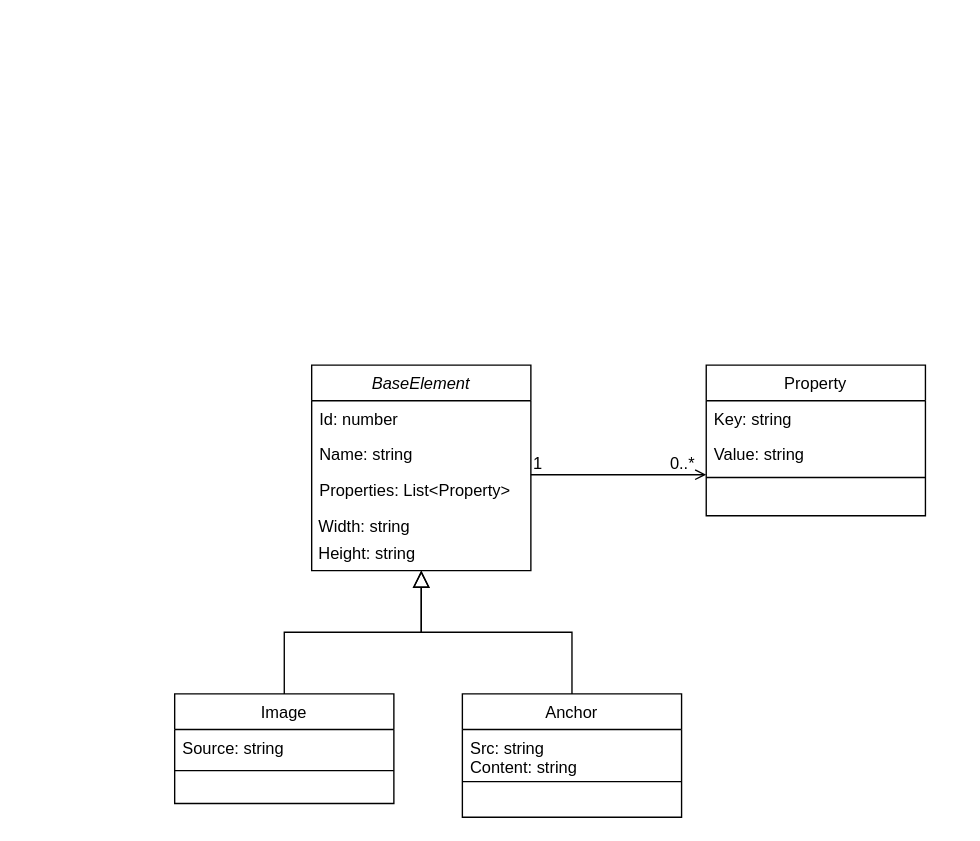
This is meta-model.drawio from dmiAnd/Common, a draw.io file, before an edit. Source tidied: cells renumbered, new cells numbered last; positions are measured from the earlier drawing's top-left corner, leaving out a move shared by most shapes. Both pictures are drawn from the tidied source at 137%, with x=0, y=0 at pixel (174, 364).
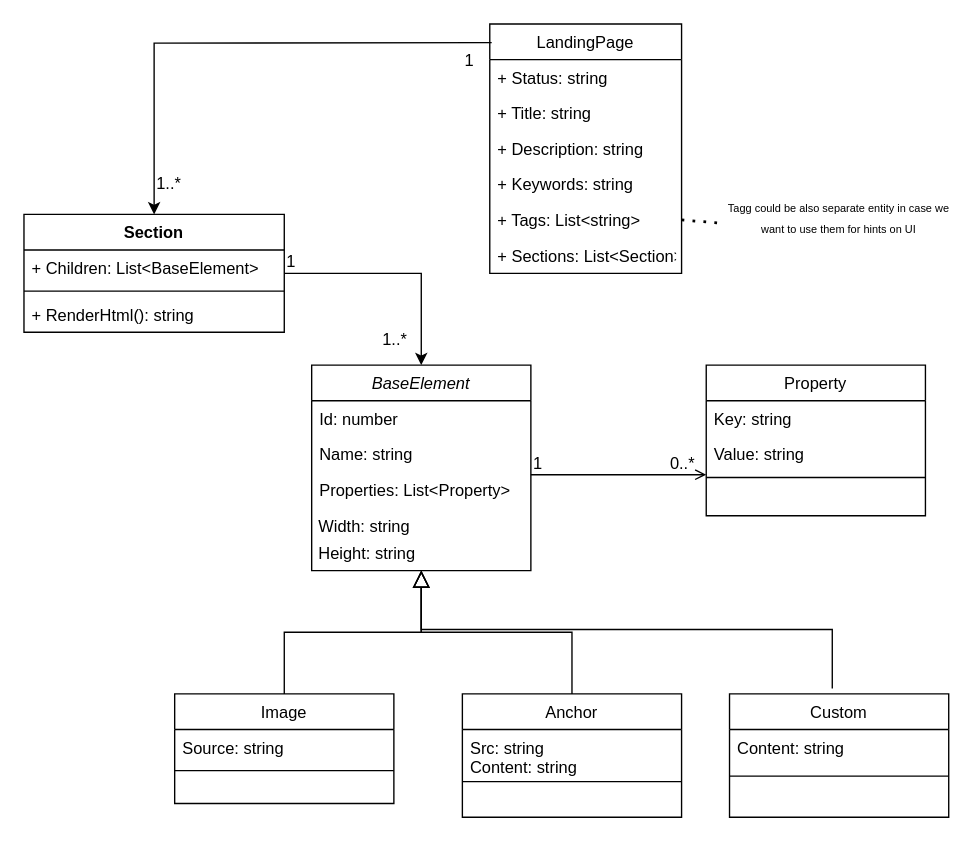
The same diagram, later.

Unchanged cells that the change refers to:
```xml
<mxCell id="2" value="BaseElement" style="swimlane;fontStyle=2;align=center;verticalAlign=top;horizontal=1;startSize=26;rounded=0;shadow=0;strokeWidth=1;" parent="1" vertex="1">
  <mxGeometry x="100" width="160" height="150" as="geometry" />
</mxCell>
```

The edit, as a diff of the source:
```diff
@@
+    <mxCell id="23" style="edgeStyle=orthogonalEdgeStyle;rounded=0;jettySize=auto;html=1;entryX=0.5;entryY=0;entryDx=0;entryDy=0;" parent="1" edge="1" source="24" target="2">
+      <mxGeometry relative="1" as="geometry" />
+    </mxCell>
+    <mxCell id="24" value="Section" style="swimlane;fontStyle=1;align=center;verticalAlign=top;horizontal=1;startSize=26;" parent="1" vertex="1">
+      <mxGeometry x="-110" y="-110" width="190" height="86" as="geometry" />
+    </mxCell>
+    <mxCell id="25" value="+ Children: List&lt;BaseElement&gt;" style="text;strokeColor=none;fillColor=none;align=left;verticalAlign=top;spacingLeft=4;spacingRight=4;overflow=hidden;" parent="24" vertex="1">
+      <mxGeometry y="26" width="190" height="26" as="geometry" />
+    </mxCell>
+    <mxCell id="26" style="line;strokeWidth=1;fillColor=none;align=left;verticalAlign=middle;spacingTop=-1;spacingLeft=3;spacingRight=3;labelPosition=right;" parent="24" vertex="1">
+      <mxGeometry y="52" width="190" height="8" as="geometry" />
+    </mxCell>
+    <mxCell id="27" value="+ RenderHtml(): string" style="text;strokeColor=none;fillColor=none;align=left;verticalAlign=top;spacingLeft=4;spacingRight=4;overflow=hidden;" parent="24" vertex="1">
+      <mxGeometry y="60" width="190" height="26" as="geometry" />
+    </mxCell>
+    <mxCell id="28" value="1" style="align=left;verticalAlign=bottom;labelBackgroundColor=none;fontSize=12;direction=west;" parent="1" vertex="1">
+      <mxGeometry x="80" y="-67" as="geometry" />
+    </mxCell>
+    <mxCell id="29" value="1..*" style="align=left;verticalAlign=bottom;labelBackgroundColor=none;fontSize=12;" parent="1" vertex="1">
+      <mxGeometry x="150" y="-10" as="geometry" />
+    </mxCell>
+    <mxCell id="30" value="LandingPage" style="swimlane;fontStyle=0;horizontal=1;startSize=26;fillColor=none;" parent="1" vertex="1">
+      <mxGeometry x="230" y="-249" width="140" height="182" as="geometry" />
+    </mxCell>
+    <mxCell id="31" value="+ Status: string" style="text;strokeColor=none;fillColor=none;align=left;verticalAlign=top;spacingLeft=4;spacingRight=4;overflow=hidden;" parent="30" vertex="1">
+      <mxGeometry y="26" width="140" height="26" as="geometry" />
+    </mxCell>
+    <mxCell id="32" value="+ Title: string" style="text;strokeColor=none;fillColor=none;align=left;verticalAlign=top;spacingLeft=4;spacingRight=4;overflow=hidden;" parent="30" vertex="1">
+      <mxGeometry y="52" width="140" height="26" as="geometry" />
+    </mxCell>
+    <mxCell id="33" value="+ Description: string" style="text;strokeColor=none;fillColor=none;align=left;verticalAlign=top;spacingLeft=4;spacingRight=4;overflow=hidden;" parent="30" vertex="1">
+      <mxGeometry y="78" width="140" height="26" as="geometry" />
+    </mxCell>
+    <mxCell id="34" value="+ Keywords: string" style="text;strokeColor=none;fillColor=none;align=left;verticalAlign=top;spacingLeft=4;spacingRight=4;overflow=hidden;" parent="30" vertex="1">
+      <mxGeometry y="104" width="140" height="26" as="geometry" />
+    </mxCell>
+    <mxCell id="35" value="+ Tags: List&lt;string&gt;" style="text;strokeColor=none;fillColor=none;align=left;verticalAlign=top;spacingLeft=4;spacingRight=4;overflow=hidden;points=[[0,0.5],[1,0.5]];portConstraint=eastwest;" parent="30" vertex="1">
+      <mxGeometry y="130" width="140" height="26" as="geometry" />
+    </mxCell>
+    <mxCell id="36" value="+ Sections: List&lt;Section&gt;" style="text;strokeColor=none;fillColor=none;align=left;verticalAlign=top;spacingLeft=4;spacingRight=4;overflow=hidden;" parent="30" vertex="1">
+      <mxGeometry y="156" width="140" height="26" as="geometry" />
+    </mxCell>
+    <mxCell id="37" value="&lt;font style=&quot;font-size: 8px&quot;&gt;Tagg could be also separate entity in case we want to use them for hints on UI&lt;/font&gt;" style="text;html=1;strokeColor=none;fillColor=none;align=center;verticalAlign=middle;whiteSpace=wrap;rounded=0;" parent="1" vertex="1">
+      <mxGeometry x="400" y="-123" width="170" height="30" as="geometry" />
+    </mxCell>
+    <mxCell id="38" style="endArrow=none;dashed=1;html=1;dashPattern=1 3;strokeWidth=2;rounded=0;fontSize=8;entryX=-0.001;entryY=0.651;entryDx=0;entryDy=0;entryPerimeter=0;exitX=1;exitY=0.5;exitDx=0;exitDy=0;" parent="1" edge="1" source="35" target="37">
+      <mxGeometry relative="1" as="geometry" />
+    </mxCell>
+    <mxCell id="39" style="endArrow=classic;html=1;rounded=0;fontSize=8;exitX=0.01;exitY=0.075;exitDx=0;exitDy=0;exitPerimeter=0;entryX=0.5;entryY=0;entryDx=0;entryDy=0;" parent="1" edge="1" source="30" target="24">
+      <mxGeometry relative="1" as="geometry">
+        <Array as="points">
+          <mxPoint x="-15" y="-235" />
+        </Array>
+      </mxGeometry>
+    </mxCell>
+    <mxCell id="40" value="1" style="align=left;verticalAlign=bottom;labelBackgroundColor=none;fontSize=12;direction=west;" parent="1" vertex="1">
+      <mxGeometry x="210" y="-214" as="geometry" />
+    </mxCell>
+    <mxCell id="41" value="1..*" style="align=left;verticalAlign=bottom;labelBackgroundColor=none;fontSize=12;direction=west;" parent="1" vertex="1">
+      <mxGeometry x="-15" y="-124" as="geometry" />
+    </mxCell>
+    <mxCell id="42" value="Custom" style="swimlane;fontStyle=0;align=center;verticalAlign=top;horizontal=1;startSize=26;rounded=0;shadow=0;strokeWidth=1;" parent="1" vertex="1">
+      <mxGeometry x="405" y="240" width="160" height="90" as="geometry" />
+    </mxCell>
+    <mxCell id="43" value="Content: string" style="text;align=left;verticalAlign=top;spacingLeft=4;spacingRight=4;overflow=hidden;" parent="42" vertex="1">
+      <mxGeometry y="26" width="160" height="30" as="geometry" />
+    </mxCell>
+    <mxCell id="44" style="line;html=1;strokeWidth=1;align=left;verticalAlign=middle;spacingTop=-1;spacingLeft=3;spacingRight=3;labelPosition=right;" parent="42" vertex="1">
+      <mxGeometry y="56" width="160" height="8" as="geometry" />
+    </mxCell>
+    <mxCell id="45" style="endArrow=block;endSize=10;endFill=0;shadow=0;strokeWidth=1;rounded=0;edgeStyle=elbowEdgeStyle;elbow=vertical;" parent="1" edge="1" target="2">
+      <mxGeometry relative="1" as="geometry">
+        <mxPoint x="480" y="236" as="sourcePoint" />
+        <Array as="points">
+          <mxPoint x="330" y="193" />
+        </Array>
+      </mxGeometry>
+    </mxCell>
```
